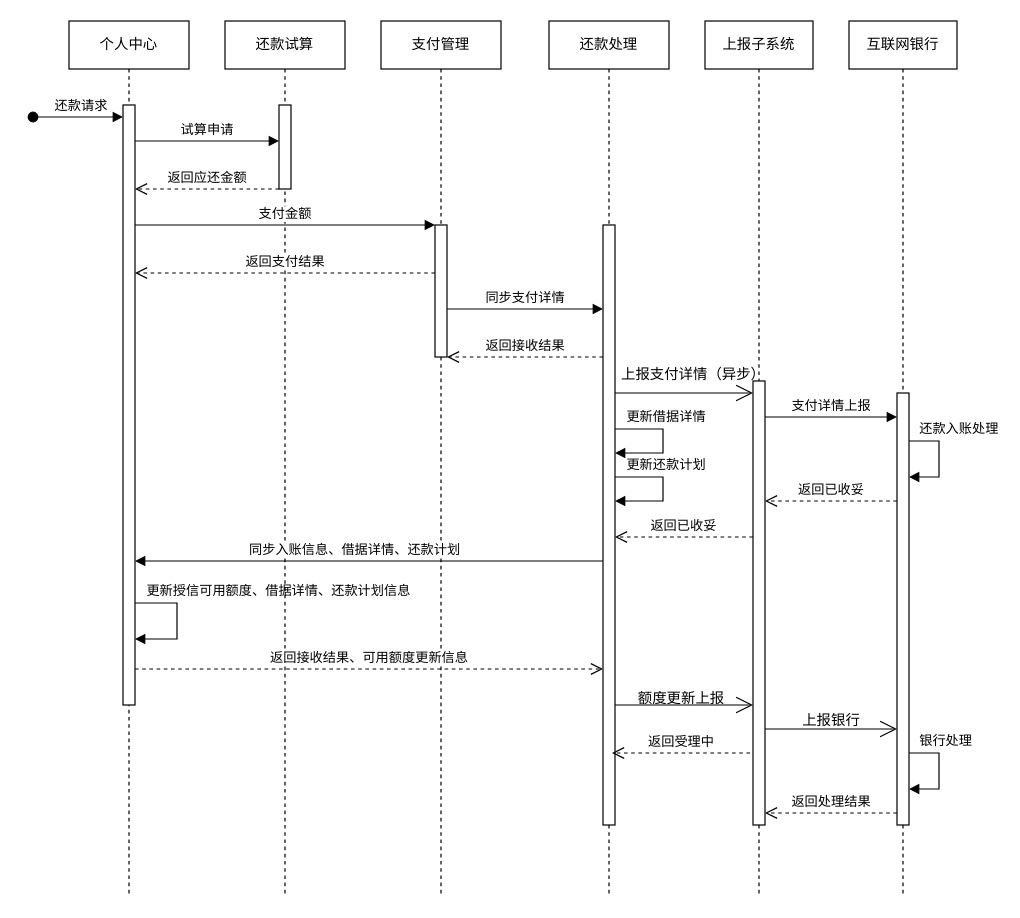
This is 正常还款时序图.drawio from wuxiao-web/graduationThesis, a draw.io file, before an edit. Source tidied: cells renumbered, new cells numbered last; positions are measured from the earlier drawing's top-left corner, leaving out a move shared by most shapes. Both pictures are drawn from the tidied source at 120%, with x=0, y=0 at pixel (32, 20).
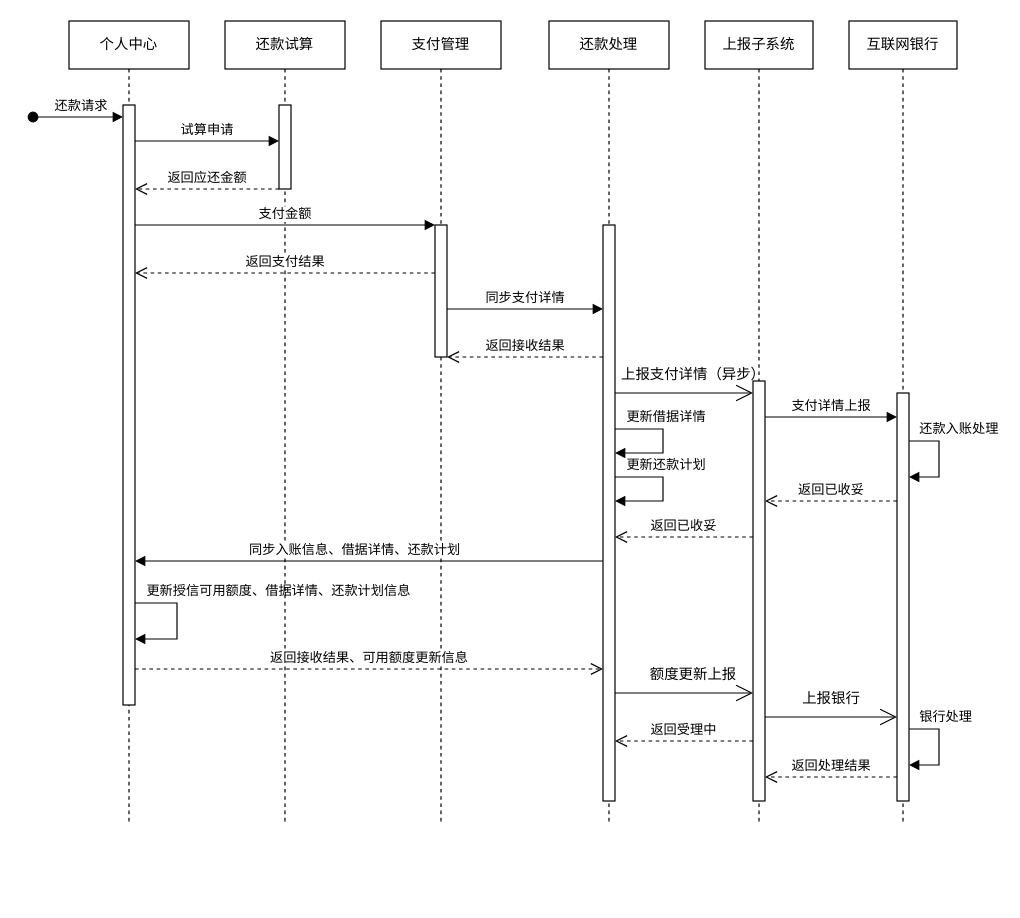
The same diagram, later.

Commit message:
更新正常还款时序图.drawio

The edit, as a diff of the source:
```diff
@@
     <mxCell id="2" value="支付管理" style="shape=umlLifeline;perimeter=lifelinePerimeter;whiteSpace=wrap;html=1;newEdgeStyle={&quot;edgeStyle&quot;:&quot;elbowEdgeStyle&quot;,&quot;elbow&quot;:&quot;vertical&quot;,&quot;curved&quot;:0,&quot;rounded&quot;:0};" parent="1" vertex="1">
-      <mxGeometry x="290" width="100" height="730" as="geometry" />
+      <mxGeometry x="290" width="100" height="670" as="geometry" />
     </mxCell>
@@
     <mxCell id="4" value="上报子系统" style="shape=umlLifeline;perimeter=lifelinePerimeter;whiteSpace=wrap;html=1;newEdgeStyle={&quot;edgeStyle&quot;:&quot;elbowEdgeStyle&quot;,&quot;elbow&quot;:&quot;vertical&quot;,&quot;curved&quot;:0,&quot;rounded&quot;:0};" parent="1" vertex="1">
-      <mxGeometry x="560" width="90" height="730" as="geometry" />
+      <mxGeometry x="560" width="90" height="670" as="geometry" />
     </mxCell>
     <mxCell id="5" style="html=1;perimeter=orthogonalPerimeter;targetShapes=umlLifeline;newEdgeStyle={&quot;edgeStyle&quot;:&quot;elbowEdgeStyle&quot;,&quot;elbow&quot;:&quot;vertical&quot;,&quot;curved&quot;:0,&quot;rounded&quot;:0};" parent="4" vertex="1">
-      <mxGeometry x="40" y="300" width="10" height="370" as="geometry" />
+      <mxGeometry x="40" y="300" width="10" height="350" as="geometry" />
     </mxCell>
     <mxCell id="6" value="互联网银行" style="shape=umlLifeline;perimeter=lifelinePerimeter;whiteSpace=wrap;html=1;newEdgeStyle={&quot;edgeStyle&quot;:&quot;elbowEdgeStyle&quot;,&quot;elbow&quot;:&quot;vertical&quot;,&quot;curved&quot;:0,&quot;rounded&quot;:0};" parent="1" vertex="1">
-      <mxGeometry x="680" width="90" height="730" as="geometry" />
+      <mxGeometry x="680" width="90" height="670" as="geometry" />
     </mxCell>
     <mxCell id="7" style="html=1;perimeter=orthogonalPerimeter;targetShapes=umlLifeline;newEdgeStyle={&quot;edgeStyle&quot;:&quot;elbowEdgeStyle&quot;,&quot;elbow&quot;:&quot;vertical&quot;,&quot;curved&quot;:0,&quot;rounded&quot;:0};" parent="6" vertex="1">
-      <mxGeometry x="40" y="310" width="10" height="360" as="geometry" />
+      <mxGeometry x="40" y="310" width="10" height="340" as="geometry" />
     </mxCell>
     <mxCell id="8" value="还款处理" style="shape=umlLifeline;perimeter=lifelinePerimeter;whiteSpace=wrap;html=1;newEdgeStyle={&quot;edgeStyle&quot;:&quot;elbowEdgeStyle&quot;,&quot;elbow&quot;:&quot;vertical&quot;,&quot;curved&quot;:0,&quot;rounded&quot;:0};" parent="1" vertex="1">
-      <mxGeometry x="430" width="100" height="730" as="geometry" />
+      <mxGeometry x="430" width="100" height="670" as="geometry" />
     </mxCell>
     <mxCell id="9" style="html=1;points=[];perimeter=orthogonalPerimeter;outlineConnect=0;targetShapes=umlLifeline;portConstraint=eastwest;newEdgeStyle={&quot;edgeStyle&quot;:&quot;elbowEdgeStyle&quot;,&quot;elbow&quot;:&quot;vertical&quot;,&quot;curved&quot;:0,&quot;rounded&quot;:0};" parent="8" vertex="1">
-      <mxGeometry x="45" y="170" width="10" height="500" as="geometry" />
+      <mxGeometry x="45" y="170" width="10" height="480" as="geometry" />
     </mxCell>
@@
     <mxCell id="12" value="个人中心" style="shape=umlLifeline;perimeter=lifelinePerimeter;whiteSpace=wrap;html=1;newEdgeStyle={&quot;edgeStyle&quot;:&quot;elbowEdgeStyle&quot;,&quot;elbow&quot;:&quot;vertical&quot;,&quot;curved&quot;:0,&quot;rounded&quot;:0};" parent="1" vertex="1">
-      <mxGeometry x="30" width="100" height="730" as="geometry" />
+      <mxGeometry x="30" width="100" height="670" as="geometry" />
     </mxCell>
@@
     <mxCell id="16" value="还款试算" style="shape=umlLifeline;perimeter=lifelinePerimeter;whiteSpace=wrap;html=1;newEdgeStyle={&quot;edgeStyle&quot;:&quot;elbowEdgeStyle&quot;,&quot;elbow&quot;:&quot;vertical&quot;,&quot;curved&quot;:0,&quot;rounded&quot;:0};" parent="1" vertex="1">
-      <mxGeometry x="160" width="100" height="730" as="geometry" />
+      <mxGeometry x="160" width="100" height="670" as="geometry" />
     </mxCell>
@@
-    <mxCell id="30" style="endArrow=open;endFill=1;endSize=12;html=1;rounded=0;" parent="1" edge="1" source="9">
+    <mxCell id="30" style="endArrow=open;endFill=1;endSize=12;html=1;rounded=0;" parent="1" edge="1">
       <mxGeometry relative="1" as="geometry">
-        <mxPoint x="600" y="570" as="targetPoint" />
+        <mxPoint x="485" y="560" as="sourcePoint" />
+        <mxPoint x="600" y="560" as="targetPoint" />
       </mxGeometry>
     </mxCell>
     <mxCell id="31" value="额度更新上报" style="text;html=1;align=center;verticalAlign=middle;strokeColor=none;fillColor=none;" parent="1" vertex="1">
-      <mxGeometry x="490" y="550" width="100" height="30" as="geometry" />
+      <mxGeometry x="500" y="530" width="100" height="30" as="geometry" />
     </mxCell>
     <mxCell id="32" value="返回受理中" style="html=1;verticalAlign=bottom;endArrow=open;dashed=1;endSize=8;edgeStyle=elbowEdgeStyle;elbow=horizontal;curved=0;rounded=0;" parent="1" edge="1">
       <mxGeometry relative="1" as="geometry">
-        <mxPoint x="597.5" y="610" as="sourcePoint" />
-        <mxPoint x="482.5" y="610" as="targetPoint" />
+        <mxPoint x="600" y="600" as="sourcePoint" />
+        <mxPoint x="485" y="600" as="targetPoint" />
       </mxGeometry>
     </mxCell>
@@
     <mxCell id="35" style="endArrow=open;endFill=1;endSize=12;html=1;rounded=0;" parent="1" edge="1">
       <mxGeometry relative="1" as="geometry">
-        <mxPoint x="610" y="590" as="sourcePoint" />
-        <mxPoint x="720" y="590" as="targetPoint" />
+        <mxPoint x="610" y="580" as="sourcePoint" />
+        <mxPoint x="720" y="580" as="targetPoint" />
       </mxGeometry>
     </mxCell>
     <mxCell id="36" value="上报银行" style="text;html=1;align=center;verticalAlign=middle;strokeColor=none;fillColor=none;" parent="1" vertex="1">
-      <mxGeometry x="630" y="568" width="70" height="30" as="geometry" />
+      <mxGeometry x="630" y="550" width="70" height="30" as="geometry" />
     </mxCell>
     <mxCell id="37" value="银行处理" style="html=1;align=left;spacingLeft=2;endArrow=block;rounded=0;edgeStyle=orthogonalEdgeStyle;curved=0;rounded=0;" parent="1" edge="1">
       <mxGeometry x="-0.88" y="10" relative="1" as="geometry">
-        <mxPoint x="730" y="610" as="sourcePoint" />
-        <mxPoint x="730" y="640" as="targetPoint" />
+        <mxPoint x="730" y="590" as="sourcePoint" />
+        <mxPoint x="730" y="620" as="targetPoint" />
         <Array as="points">
-          <mxPoint x="755" y="610" />
-          <mxPoint x="755" y="640" />
+          <mxPoint x="755" y="590" />
+          <mxPoint x="755" y="620" />
         </Array>
       </mxGeometry>
     </mxCell>
     <mxCell id="38" value="返回处理结果" style="html=1;verticalAlign=bottom;endArrow=open;dashed=1;endSize=8;edgeStyle=elbowEdgeStyle;elbow=horizontal;curved=0;rounded=0;" parent="1" edge="1">
       <mxGeometry relative="1" as="geometry">
-        <mxPoint x="720" y="660" as="sourcePoint" />
-        <mxPoint x="610" y="660" as="targetPoint" />
+        <mxPoint x="720" y="630" as="sourcePoint" />
+        <mxPoint x="610" y="630" as="targetPoint" />
       </mxGeometry>
     </mxCell>
```
